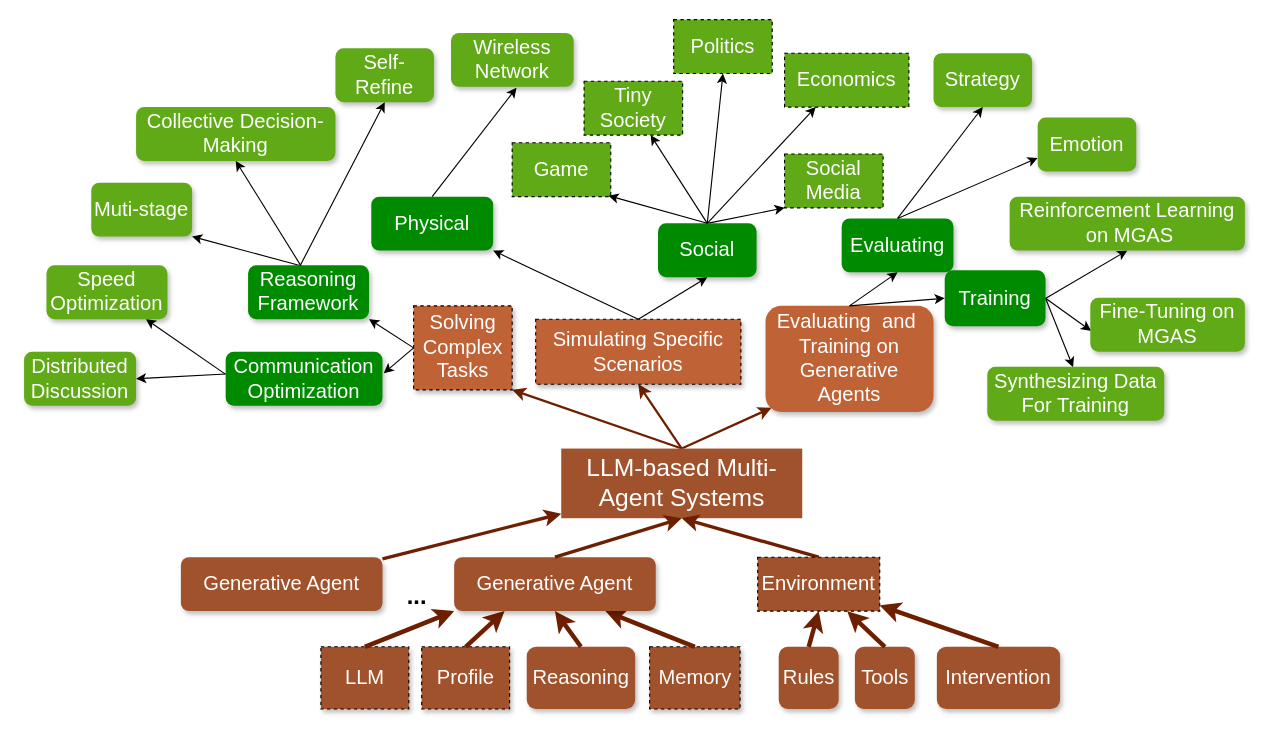
The draw.io diagram mgas.drawio in bianhua-12/Multi-generative_Agent_System_survey, before the edit. Source tidied: cells renumbered, new cells numbered last; positions are measured from the earlier drawing's top-left corner, leaving out a move shared by most shapes. Both pictures are drawn from the tidied source at 112%, with x=0, y=0 at pixel (24, 19).
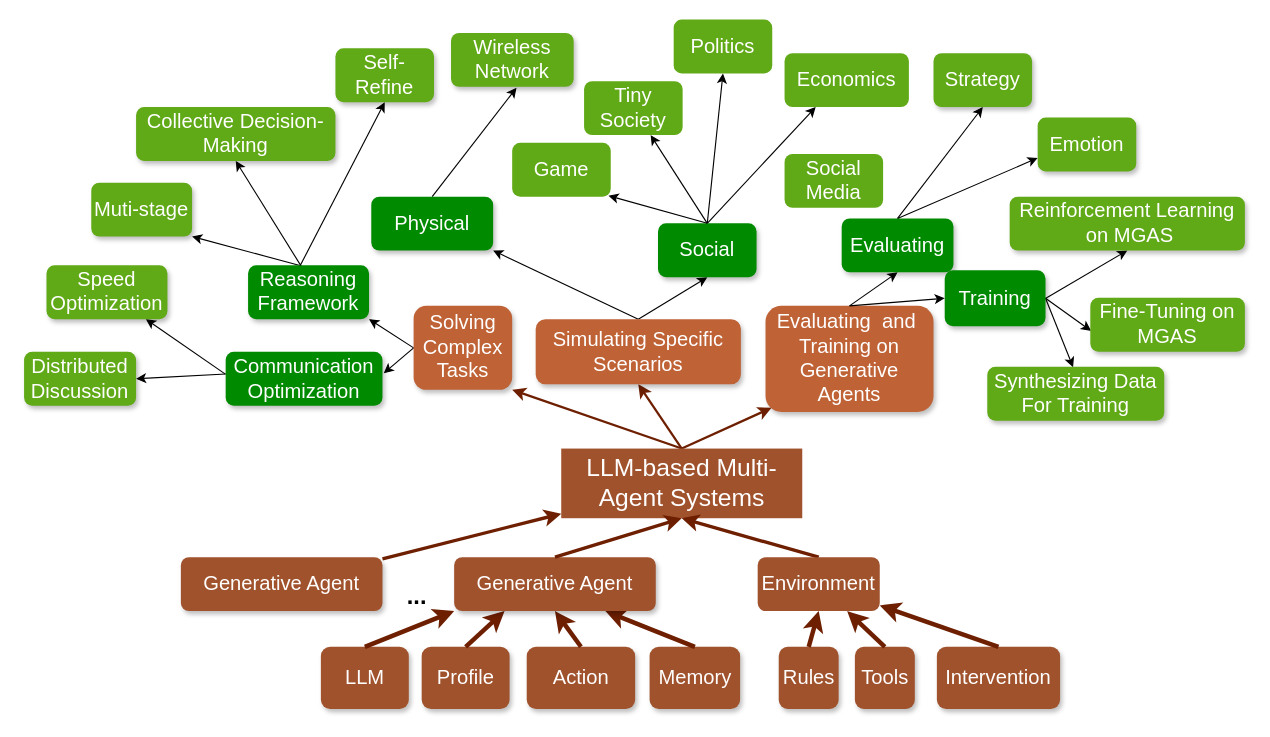
Above is the later version.

Unchanged cells that the change refers to:
```xml
<mxCell id="18" value="Social" style="rounded=1;whiteSpace=wrap;html=1;fillColor=light-dark(#008A00,#CC7C56);strokeColor=none;fontColor=#FFFFFF;fontSize=18;glass=0;shadow=1;" parent="1" vertex="1">
  <mxGeometry x="566" y="181.9" width="88" height="48.1" as="geometry" />
</mxCell>
```

Change to the diagram source:
```diff
@@
-    <mxCell id="8" value="Solving Complex Tasks" style="rounded=0;whiteSpace=wrap;html=1;fillColor=#BF6236;strokeColor=default;fontColor=#FFFFFF;fontSize=18;glass=0;shadow=1;dashed=1;" parent="1" vertex="1">
+    <mxCell id="8" value="Solving Complex Tasks" style="rounded=1;whiteSpace=wrap;html=1;fillColor=#BF6236;strokeColor=none;fontColor=#FFFFFF;fontSize=18;glass=0;shadow=1;dashed=1;" parent="1" vertex="1">
       <mxGeometry x="347.8" y="255.6" width="88" height="75" as="geometry" />
     </mxCell>
@@
-    <mxCell id="11" value="&lt;div style=&quot;font-size: 18px;&quot;&gt;Simulating Specific S&lt;span style=&quot;background-color: initial; font-size: 18px;&quot;&gt;cenarios&lt;/span&gt;&lt;/div&gt;" style="rounded=0;whiteSpace=wrap;html=1;fillColor=light-dark(#BF6236,#CC7C56);strokeColor=default;fontColor=#FFFFFF;fontSize=18;glass=0;shadow=1;gradientColor=none;dashed=1;" parent="1" vertex="1">
+    <mxCell id="11" value="&lt;div style=&quot;font-size: 18px;&quot;&gt;Simulating Specific S&lt;span style=&quot;background-color: initial; font-size: 18px;&quot;&gt;cenarios&lt;/span&gt;&lt;/div&gt;" style="rounded=1;whiteSpace=wrap;html=1;fillColor=light-dark(#BF6236,#CC7C56);strokeColor=none;fontColor=#FFFFFF;fontSize=18;glass=0;shadow=1;gradientColor=none;dashed=1;" parent="1" vertex="1">
       <mxGeometry x="456.8" y="267.5" width="183.2" height="58.1" as="geometry" />
     </mxCell>
@@
-    <mxCell id="15" style="rounded=0;jettySize=auto;html=1;exitX=0.5;exitY=0;exitDx=0;exitDy=0;entryX=0;entryY=1;entryDx=0;entryDy=0;fontSize=18;fontColor=#FFFFFF;" parent="1" edge="1" source="18" target="22">
+    <mxCell id="15" style="rounded=0;jettySize=auto;html=1;exitX=0.5;exitY=0;exitDx=0;exitDy=0;entryX=0.006;entryY=0.889;entryDx=0;entryDy=0;fontSize=18;fontColor=#FFFFFF;entryPerimeter=0;strokeColor=none;" parent="1" edge="1" source="18" target="22">
       <mxGeometry relative="1" as="geometry" />
     </mxCell>
@@
-    <mxCell id="22" value="Social Media" style="rounded=0;whiteSpace=wrap;html=1;strokeColor=default;fillColor=#60A917;fontColor=#FFFFFF;fontSize=18;dashed=1;" parent="1" vertex="1">
+    <mxCell id="22" value="Social Media" style="rounded=1;whiteSpace=wrap;html=1;strokeColor=none;fillColor=#60A917;fontColor=#FFFFFF;fontSize=18;dashed=1;" parent="1" vertex="1">
       <mxGeometry x="679" y="120" width="88" height="48.1" as="geometry" />
     </mxCell>
-    <mxCell id="23" value="Economics" style="rounded=0;whiteSpace=wrap;html=1;strokeColor=default;fillColor=#60A917;fontColor=#FFFFFF;fontSize=18;dashed=1;" parent="1" vertex="1">
+    <mxCell id="23" value="Economics" style="rounded=1;whiteSpace=wrap;html=1;strokeColor=none;fillColor=#60A917;fontColor=#FFFFFF;fontSize=18;dashed=1;" parent="1" vertex="1">
       <mxGeometry x="679" y="30" width="111" height="48.1" as="geometry" />
     </mxCell>
-    <mxCell id="24" value="&lt;div&gt;Politics&lt;/div&gt;" style="rounded=0;whiteSpace=wrap;html=1;strokeColor=default;fillColor=#60A917;fontColor=#FFFFFF;fontSize=18;dashed=1;" parent="1" vertex="1">
+    <mxCell id="24" value="&lt;div&gt;Politics&lt;/div&gt;" style="rounded=1;whiteSpace=wrap;html=1;strokeColor=none;fillColor=#60A917;fontColor=#FFFFFF;fontSize=18;dashed=1;" parent="1" vertex="1">
       <mxGeometry x="580" width="88" height="48.1" as="geometry" />
     </mxCell>
-    <mxCell id="25" value="Tiny Society" style="rounded=0;whiteSpace=wrap;html=1;strokeColor=default;fillColor=#60A917;fontColor=#FFFFFF;fontSize=18;dashed=1;" parent="1" vertex="1">
+    <mxCell id="25" value="Tiny Society" style="rounded=1;whiteSpace=wrap;html=1;strokeColor=none;fillColor=#60A917;fontColor=#FFFFFF;fontSize=18;dashed=1;" parent="1" vertex="1">
       <mxGeometry x="500" y="55" width="88" height="48.1" as="geometry" />
     </mxCell>
@@
-    <mxCell id="27" value="Game" style="rounded=0;whiteSpace=wrap;html=1;strokeColor=default;fillColor=#60A917;fontColor=#FFFFFF;fontSize=18;dashed=1;" parent="1" vertex="1">
+    <mxCell id="27" value="Game" style="rounded=1;whiteSpace=wrap;html=1;strokeColor=none;fillColor=#60A917;fontColor=#FFFFFF;fontSize=18;dashed=1;" parent="1" vertex="1">
       <mxGeometry x="435.8" y="110" width="88" height="48.1" as="geometry" />
     </mxCell>
@@
-    <mxCell id="52" value="&lt;div&gt;&lt;span style=&quot;background-color: initial;&quot;&gt;Profile&lt;/span&gt;&lt;/div&gt;" style="rounded=0;whiteSpace=wrap;html=1;fillColor=#a0522d;fontColor=#ffffff;strokeColor=default;fontSize=18;glass=0;shadow=1;dashed=1;" parent="1" vertex="1">
+    <mxCell id="52" value="&lt;div&gt;&lt;span style=&quot;background-color: initial;&quot;&gt;Profile&lt;/span&gt;&lt;/div&gt;" style="rounded=1;whiteSpace=wrap;html=1;fillColor=#a0522d;fontColor=#ffffff;strokeColor=none;fontSize=18;glass=0;shadow=1;dashed=1;" parent="1" vertex="1">
       <mxGeometry x="355" y="560" width="78.5" height="55.5" as="geometry" />
     </mxCell>
-    <mxCell id="53" value="Reasoning" style="rounded=1;whiteSpace=wrap;html=1;fillColor=#a0522d;fontColor=#ffffff;strokeColor=none;fontSize=18;glass=0;shadow=1;" parent="1" vertex="1">
+    <mxCell id="53" value="Action" style="rounded=1;whiteSpace=wrap;html=1;fillColor=#a0522d;fontColor=#ffffff;strokeColor=none;fontSize=18;glass=0;shadow=1;dashed=1;" parent="1" vertex="1">
       <mxGeometry x="448.8" y="560" width="96.8" height="55.5" as="geometry" />
     </mxCell>
@@
-    <mxCell id="55" value="Memory" style="rounded=0;whiteSpace=wrap;html=1;fillColor=#a0522d;fontColor=#ffffff;strokeColor=default;fontSize=18;glass=0;shadow=1;dashed=1;" parent="1" vertex="1">
+    <mxCell id="55" value="Memory" style="rounded=1;whiteSpace=wrap;html=1;fillColor=#a0522d;fontColor=#ffffff;strokeColor=none;fontSize=18;glass=0;shadow=1;dashed=1;" parent="1" vertex="1">
       <mxGeometry x="558.5" y="560" width="80.8" height="55.5" as="geometry" />
     </mxCell>
@@
-    <mxCell id="61" value="Environment" style="rounded=0;whiteSpace=wrap;html=1;fillColor=#a0522d;fontColor=#ffffff;strokeColor=default;fontSize=18;dashed=1;" parent="1" vertex="1">
+    <mxCell id="61" value="Environment" style="rounded=1;whiteSpace=wrap;html=1;fillColor=#a0522d;fontColor=#ffffff;strokeColor=none;fontSize=18;dashed=1;" parent="1" vertex="1">
       <mxGeometry x="655" y="480" width="109" height="48.1" as="geometry" />
     </mxCell>
@@
-    <mxCell id="65" value="LLM" style="rounded=0;whiteSpace=wrap;html=1;fillColor=#a0522d;fontColor=#ffffff;strokeColor=default;fontSize=18;glass=0;shadow=1;dashed=1;" parent="1" vertex="1">
+    <mxCell id="65" value="LLM" style="rounded=1;whiteSpace=wrap;html=1;fillColor=#a0522d;fontColor=#ffffff;strokeColor=none;fontSize=18;glass=0;shadow=1;dashed=1;" parent="1" vertex="1">
       <mxGeometry x="265" y="560" width="78.5" height="55.5" as="geometry" />
     </mxCell>
```
